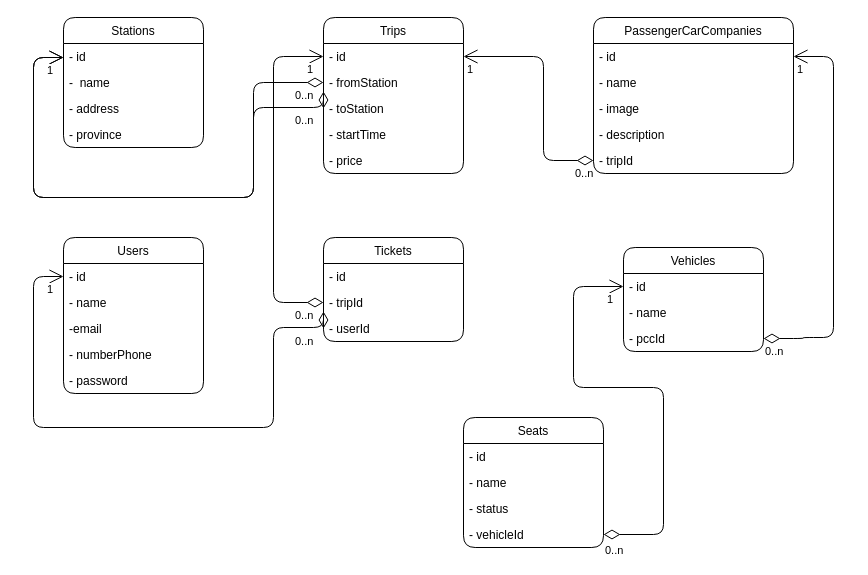
This is diagram.drawio from trinhquanbkb/vexere, a draw.io file, before an edit. Source tidied: cells renumbered, new cells numbered last; positions are measured from the earlier drawing's top-left corner, leaving out a move shared by most shapes. Both pictures are drawn from the tidied source at 100%, with x=0, y=0 at pixel (33, 17).
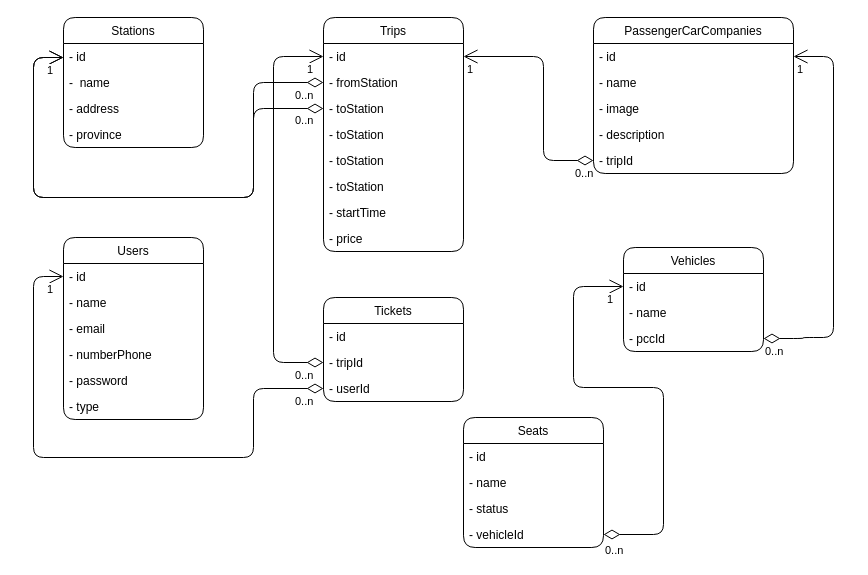
Above is the later version.

Commit message:
Cập nhật diagram.drawio

The change refers to these unchanged cells:
```xml
<mxCell id="8" value="- id" style="text;strokeColor=none;fillColor=none;align=left;verticalAlign=top;spacingLeft=4;spacingRight=4;overflow=hidden;points=[[0,0.5],[1,0.5]];portConstraint=eastwest;rounded=1;" parent="7" vertex="1">
  <mxGeometry y="26" width="140" height="26" as="geometry" />
</mxCell>
<mxCell id="36" value="- tripId" style="text;strokeColor=none;fillColor=none;align=left;verticalAlign=top;spacingLeft=4;spacingRight=4;overflow=hidden;points=[[0,0.5],[1,0.5]];portConstraint=eastwest;rounded=1;" parent="34" vertex="1">
  <mxGeometry y="52" width="140" height="26" as="geometry" />
</mxCell>
<mxCell id="37" value="- userId" style="text;strokeColor=none;fillColor=none;align=left;verticalAlign=top;spacingLeft=4;spacingRight=4;overflow=hidden;points=[[0,0.5],[1,0.5]];portConstraint=eastwest;rounded=1;" parent="34" vertex="1">
  <mxGeometry y="78" width="140" height="26" as="geometry" />
</mxCell>
```

The edit, as a diff of the source:
```diff
@@
     <mxCell id="7" value="Trips" style="swimlane;fontStyle=0;horizontal=1;startSize=26;fillColor=none;rounded=1;" parent="1" vertex="1">
-      <mxGeometry x="290" width="140" height="156" as="geometry" />
+      <mxGeometry x="290" width="140" height="234" as="geometry" />
     </mxCell>
@@
+    <mxCell id="59" value="- toStation" style="text;strokeColor=none;fillColor=none;align=left;verticalAlign=top;spacingLeft=4;spacingRight=4;overflow=hidden;rounded=1;" parent="7" vertex="1">
+      <mxGeometry y="78" width="140" height="26" as="geometry" />
+    </mxCell>
+    <mxCell id="60" value="- toStation" style="text;strokeColor=none;fillColor=none;align=left;verticalAlign=top;spacingLeft=4;spacingRight=4;overflow=hidden;rounded=1;" parent="7" vertex="1">
+      <mxGeometry y="104" width="140" height="26" as="geometry" />
+    </mxCell>
+    <mxCell id="61" value="- toStation" style="text;strokeColor=none;fillColor=none;align=left;verticalAlign=top;spacingLeft=4;spacingRight=4;overflow=hidden;rounded=1;" parent="7" vertex="1">
+      <mxGeometry y="130" width="140" height="26" as="geometry" />
+    </mxCell>
     <mxCell id="10" value="- toStation" style="text;strokeColor=none;fillColor=none;align=left;verticalAlign=top;spacingLeft=4;spacingRight=4;overflow=hidden;rounded=1;" parent="7" vertex="1">
-      <mxGeometry y="78" width="140" height="26" as="geometry" />
+      <mxGeometry y="156" width="140" height="26" as="geometry" />
     </mxCell>
     <mxCell id="11" value="- startTime" style="text;strokeColor=none;fillColor=none;align=left;verticalAlign=top;spacingLeft=4;spacingRight=4;overflow=hidden;rounded=1;" parent="7" vertex="1">
-      <mxGeometry y="104" width="140" height="26" as="geometry" />
+      <mxGeometry y="182" width="140" height="26" as="geometry" />
     </mxCell>
     <mxCell id="12" value="- price" style="text;strokeColor=none;fillColor=none;align=left;verticalAlign=top;spacingLeft=4;spacingRight=4;overflow=hidden;rounded=1;" parent="7" vertex="1">
-      <mxGeometry y="130" width="140" height="26" as="geometry" />
+      <mxGeometry y="208" width="140" height="26" as="geometry" />
     </mxCell>
@@
     <mxCell id="23" value="Users" style="swimlane;fontStyle=0;horizontal=1;startSize=26;fillColor=none;rounded=1;" parent="1" vertex="1">
-      <mxGeometry x="30" y="220" width="140" height="156" as="geometry" />
+      <mxGeometry x="30" y="220" width="140" height="182" as="geometry" />
     </mxCell>
@@
-    <mxCell id="26" value="-email" style="text;strokeColor=none;fillColor=none;align=left;verticalAlign=top;spacingLeft=4;spacingRight=4;overflow=hidden;rounded=1;" parent="23" vertex="1">
+    <mxCell id="26" value="- email" style="text;strokeColor=none;fillColor=none;align=left;verticalAlign=top;spacingLeft=4;spacingRight=4;overflow=hidden;rounded=1;" parent="23" vertex="1">
       <mxGeometry y="78" width="140" height="26" as="geometry" />
     </mxCell>
@@
+    <mxCell id="62" value="- type&#10;" style="text;strokeColor=none;fillColor=none;align=left;verticalAlign=top;spacingLeft=4;spacingRight=4;overflow=hidden;rounded=1;" parent="23" vertex="1">
+      <mxGeometry y="156" width="140" height="26" as="geometry" />
+    </mxCell>
@@
     <mxCell id="34" value="Tickets" style="swimlane;fontStyle=0;horizontal=1;startSize=26;fillColor=none;rounded=1;" parent="1" vertex="1">
-      <mxGeometry x="290" y="220" width="140" height="104" as="geometry" />
+      <mxGeometry x="290" y="280" width="140" height="104" as="geometry" />
     </mxCell>
@@
     <mxCell id="38" style="endArrow=open;html=1;endSize=12;startArrow=diamondThin;startSize=14;startFill=0;edgeStyle=orthogonalEdgeStyle;rounded=1;entryX=0;entryY=0.5;entryDx=0;entryDy=0;exitX=0;exitY=0.5;exitDx=0;exitDy=0;" parent="1" edge="1" source="37">
       <mxGeometry relative="1" as="geometry">
         <mxPoint x="30" y="259" as="targetPoint" />
         <Array as="points">
-          <mxPoint x="240" y="310" />
-          <mxPoint x="240" y="410" />
-          <mxPoint y="410" />
+          <mxPoint x="220" y="371" />
+          <mxPoint x="220" y="440" />
+          <mxPoint y="440" />
           <mxPoint y="259" />
         </Array>
       </mxGeometry>
     </mxCell>
@@
     <mxCell id="41" style="endArrow=open;html=1;endSize=12;startArrow=diamondThin;startSize=14;startFill=0;edgeStyle=orthogonalEdgeStyle;rounded=1;exitX=0;exitY=0.5;exitDx=0;exitDy=0;entryX=0;entryY=0.5;entryDx=0;entryDy=0;" parent="1" edge="1" source="36" target="8">
       <mxGeometry relative="1" as="geometry">
         <Array as="points">
-          <mxPoint x="240" y="285" />
+          <mxPoint x="240" y="345" />
           <mxPoint x="240" y="39" />
         </Array>
       </mxGeometry>
     </mxCell>
@@
     <mxCell id="47" style="endArrow=open;html=1;endSize=12;startArrow=diamondThin;startSize=14;startFill=0;edgeStyle=orthogonalEdgeStyle;rounded=1;" parent="1" edge="1">
       <mxGeometry relative="1" as="geometry">
         <mxPoint x="290" y="91" as="sourcePoint" />
         <mxPoint x="30" y="40" as="targetPoint" />
         <Array as="points">
-          <mxPoint x="220" y="90" />
+          <mxPoint x="220" y="91" />
           <mxPoint x="220" y="180" />
           <mxPoint y="180" />
           <mxPoint y="40" />
         </Array>
       </mxGeometry>
     </mxCell>
```
